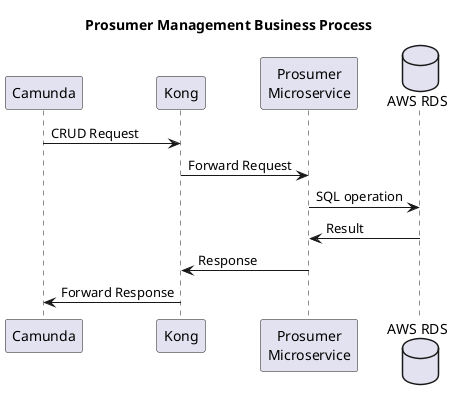
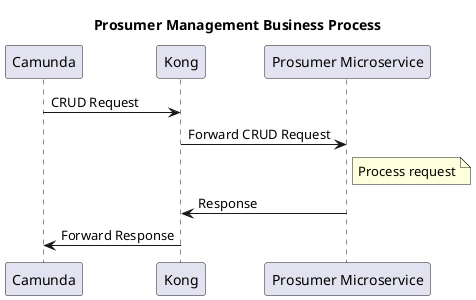
@startuml Prosumer Management Business Process
title Prosumer Management Business Process

participant "Camunda" as C
participant "Kong" as K
- participant "Prosumer\nMicroservice" as P
- database "AWS RDS" as DB
+ participant "Prosumer Microservice" as P

C -> K : CRUD Request
- K -> P : Forward Request
- P -> DB : SQL operation
- DB -> P : Result
+ K -> P : Forward CRUD Request
+ note right of P
+   Process request
+ end note
P -> K : Response
K -> C : Forward Response

@enduml
